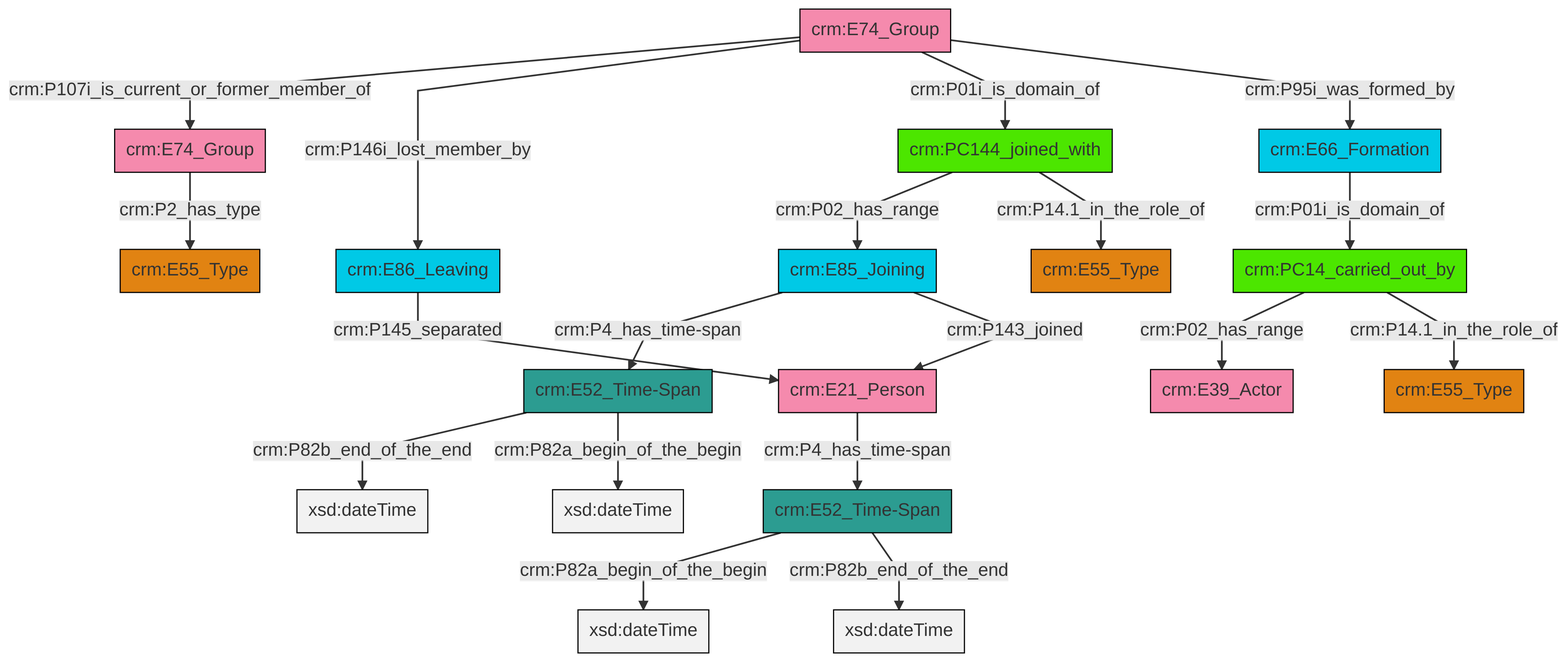
Before: et/groupCSV/ttl/mmd/png/group_actor_relations.png, a diagram exported from Mermaid (swiss-art-research-net/docs.swissartresearch). Its source is kept beside it as et/groupCSV/ttl/mmd/group_actor_relations.ttl.mmd.
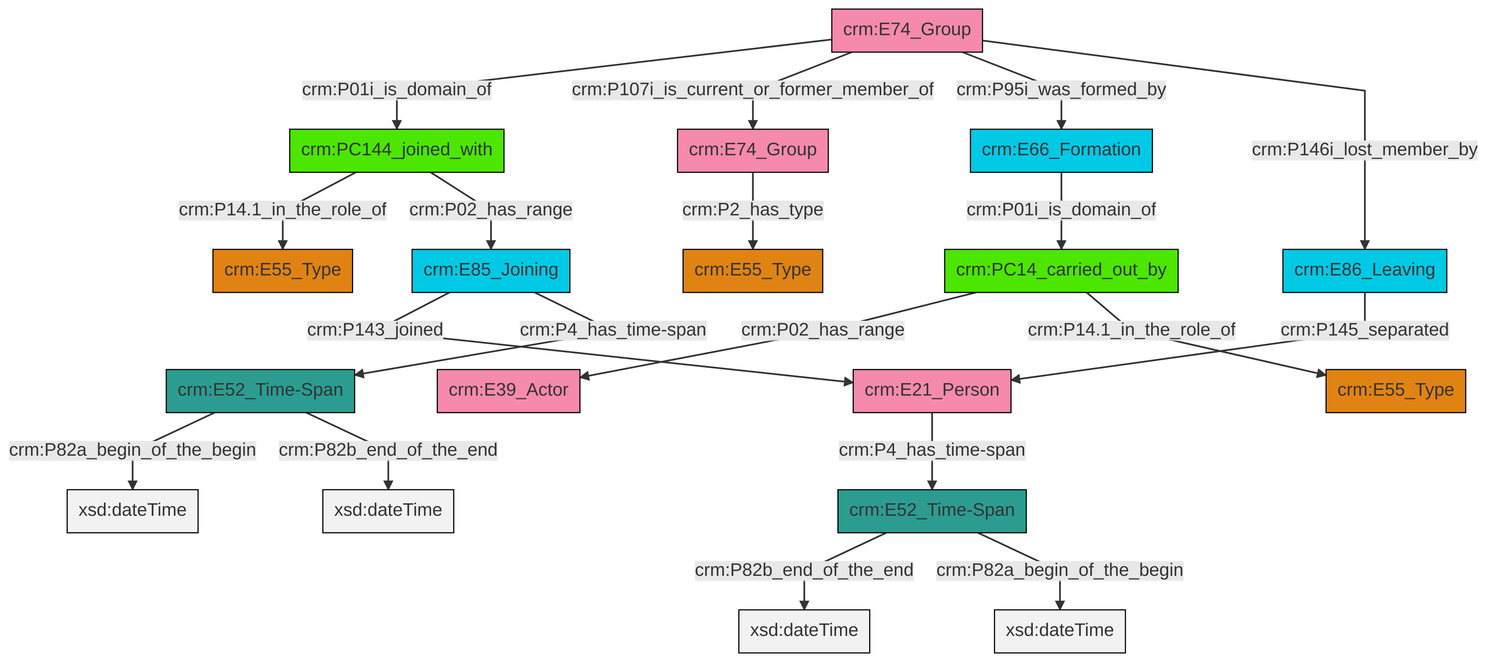
Later version of the same file.

Change to the diagram source:
```diff
@@ -13,21 +13,21 @@
 classDef PC_Classes fill:#4ce600, stroke:#000000;
 classDef Multi fill:#cccccc,stroke:#000000;
 
-0["crm:E52_Time-Span"]:::Time-Span -->|crm:P82b_end_of_the_end| 1[xsd:dateTime]:::Literal
-4["crm:E74_Group"]:::Actor -->|crm:P107i_is_current_or_former_member_of| 5["crm:E74_Group"]:::Actor
-6["crm:E85_Joining"]:::Temporal_Entity -->|crm:P4_has_time-span| 0["crm:E52_Time-Span"]:::Time-Span
-11["crm:PC14_carried_out_by"]:::PC_Classes -->|crm:P02_has_range| 12["crm:E39_Actor"]:::Actor
-6["crm:E85_Joining"]:::Temporal_Entity -->|crm:P143_joined| 17["crm:E21_Person"]:::Actor
-4["crm:E74_Group"]:::Actor -->|crm:P146i_lost_member_by| 15["crm:E86_Leaving"]:::Temporal_Entity
-13["crm:E66_Formation"]:::Temporal_Entity -->|crm:P01i_is_domain_of| 11["crm:PC14_carried_out_by"]:::PC_Classes
-17["crm:E21_Person"]:::Actor -->|crm:P4_has_time-span| 21["crm:E52_Time-Span"]:::Time-Span
-5["crm:E74_Group"]:::Actor -->|crm:P2_has_type| 9["crm:E55_Type"]:::Type
-0["crm:E52_Time-Span"]:::Time-Span -->|crm:P82a_begin_of_the_begin| 23[xsd:dateTime]:::Literal
-11["crm:PC14_carried_out_by"]:::PC_Classes -->|crm:P14.1_in_the_role_of| 2["crm:E55_Type"]:::Type
-15["crm:E86_Leaving"]:::Temporal_Entity -->|crm:P145_separated| 17["crm:E21_Person"]:::Actor
-21["crm:E52_Time-Span"]:::Time-Span -->|crm:P82a_begin_of_the_begin| 25[xsd:dateTime]:::Literal
-4["crm:E74_Group"]:::Actor -->|crm:P01i_is_domain_of| 29["crm:PC144_joined_with"]:::PC_Classes
-4["crm:E74_Group"]:::Actor -->|crm:P95i_was_formed_by| 13["crm:E66_Formation"]:::Temporal_Entity
-21["crm:E52_Time-Span"]:::Time-Span -->|crm:P82b_end_of_the_end| 31[xsd:dateTime]:::Literal
-29["crm:PC144_joined_with"]:::PC_Classes -->|crm:P02_has_range| 6["crm:E85_Joining"]:::Temporal_Entity
-29["crm:PC144_joined_with"]:::PC_Classes -->|crm:P14.1_in_the_role_of| 7["crm:E55_Type"]:::Type
+2["crm:E52_Time-Span"]:::Time-Span -->|crm:P82b_end_of_the_end| 3[xsd:dateTime]:::Literal
+4["crm:PC14_carried_out_by"]:::PC_Classes -->|crm:P02_has_range| 5["crm:E39_Actor"]:::Actor
+6["crm:E52_Time-Span"]:::Time-Span -->|crm:P82a_begin_of_the_begin| 7[xsd:dateTime]:::Literal
+8["crm:E21_Person"]:::Actor -->|crm:P4_has_time-span| 2["crm:E52_Time-Span"]:::Time-Span
+10["crm:E85_Joining"]:::Temporal_Entity -->|crm:P143_joined| 8["crm:E21_Person"]:::Actor
+12["crm:E74_Group"]:::Actor -->|crm:P01i_is_domain_of| 13["crm:PC144_joined_with"]:::PC_Classes
+14["crm:E74_Group"]:::Actor -->|crm:P2_has_type| 15["crm:E55_Type"]:::Type
+6["crm:E52_Time-Span"]:::Time-Span -->|crm:P82b_end_of_the_end| 18[xsd:dateTime]:::Literal
+2["crm:E52_Time-Span"]:::Time-Span -->|crm:P82a_begin_of_the_begin| 21[xsd:dateTime]:::Literal
+12["crm:E74_Group"]:::Actor -->|crm:P107i_is_current_or_former_member_of| 14["crm:E74_Group"]:::Actor
+12["crm:E74_Group"]:::Actor -->|crm:P95i_was_formed_by| 25["crm:E66_Formation"]:::Temporal_Entity
+13["crm:PC144_joined_with"]:::PC_Classes -->|crm:P14.1_in_the_role_of| 0["crm:E55_Type"]:::Type
+16["crm:E86_Leaving"]:::Temporal_Entity -->|crm:P145_separated| 8["crm:E21_Person"]:::Actor
+25["crm:E66_Formation"]:::Temporal_Entity -->|crm:P01i_is_domain_of| 4["crm:PC14_carried_out_by"]:::PC_Classes
+12["crm:E74_Group"]:::Actor -->|crm:P146i_lost_member_by| 16["crm:E86_Leaving"]:::Temporal_Entity
+10["crm:E85_Joining"]:::Temporal_Entity -->|crm:P4_has_time-span| 6["crm:E52_Time-Span"]:::Time-Span
+13["crm:PC144_joined_with"]:::PC_Classes -->|crm:P02_has_range| 10["crm:E85_Joining"]:::Temporal_Entity
+4["crm:PC14_carried_out_by"]:::PC_Classes -->|crm:P14.1_in_the_role_of| 19["crm:E55_Type"]:::Type
```
